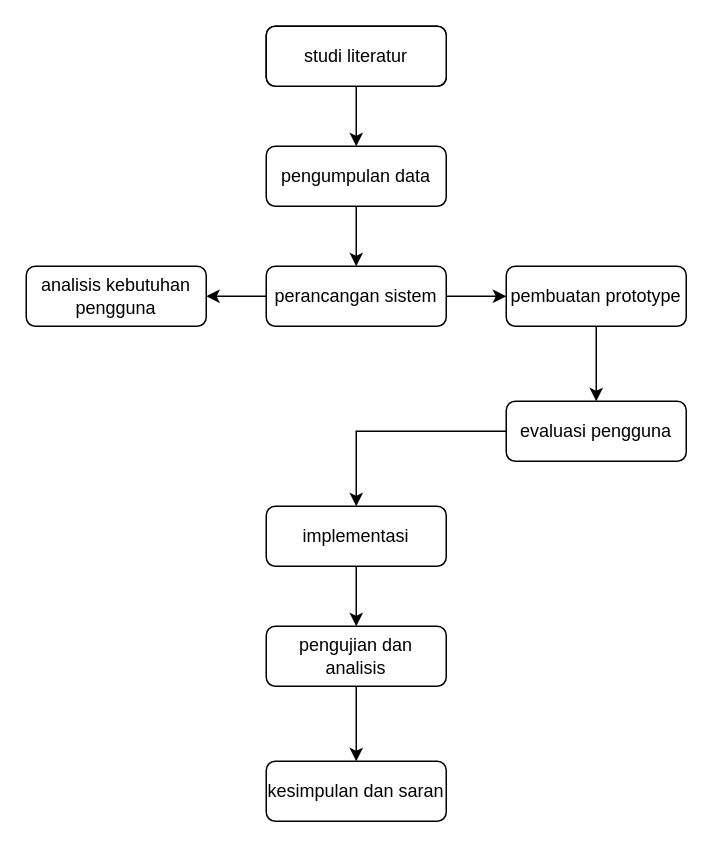
The draw.io diagram Diagram Tanpa Judul.drawio in RudiKrisulta/rudi-rv, before the edit. Source tidied: cells renumbered, new cells numbered last; positions are measured from the earlier drawing's top-left corner, leaving out a move shared by most shapes. Both pictures are drawn from the tidied source at 150%, with x=0, y=0 at pixel (26, 26).
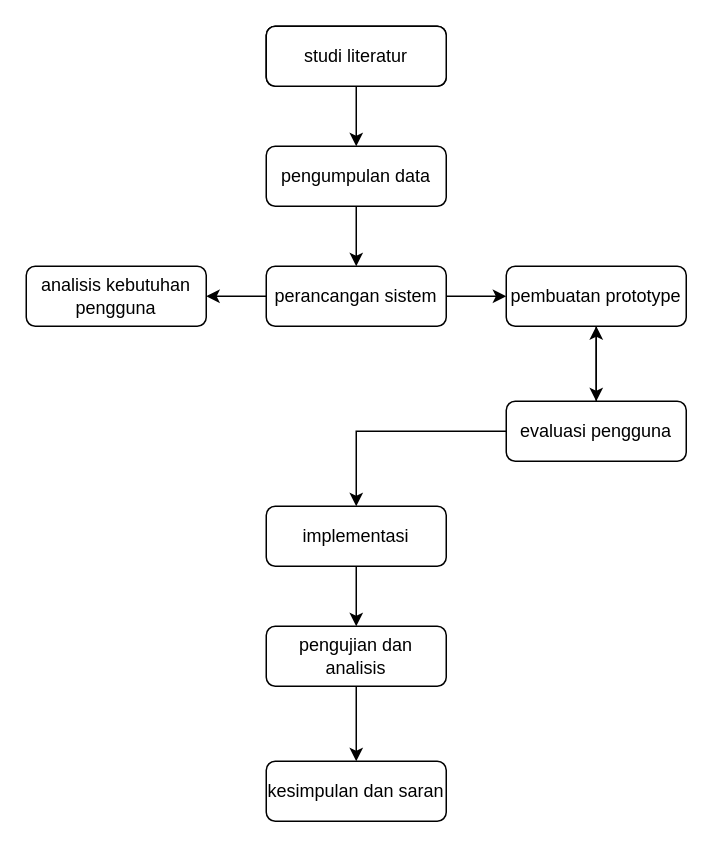
Above is the later version.

The change refers to these unchanged cells:
```xml
<mxCell id="9" value="evaluasi pengguna" style="rounded=1;whiteSpace=wrap;html=1;fontSize=12;glass=0;strokeWidth=1;shadow=0;" parent="1" vertex="1">
  <mxGeometry x="320" y="250" width="120" height="40" as="geometry" />
</mxCell>
<mxCell id="13" value="pembuatan prototype" style="rounded=1;whiteSpace=wrap;html=1;fontSize=12;glass=0;strokeWidth=1;shadow=0;" parent="1" vertex="1">
  <mxGeometry x="320" y="160" width="120" height="40" as="geometry" />
</mxCell>
```

The edit, as a diff of the source:
```diff
@@
+    <mxCell id="20" style="edgeStyle=orthogonalEdgeStyle;rounded=0;jettySize=auto;html=1;" parent="1" edge="1" source="9" target="13">
+      <mxGeometry relative="1" as="geometry" />
+    </mxCell>
```
